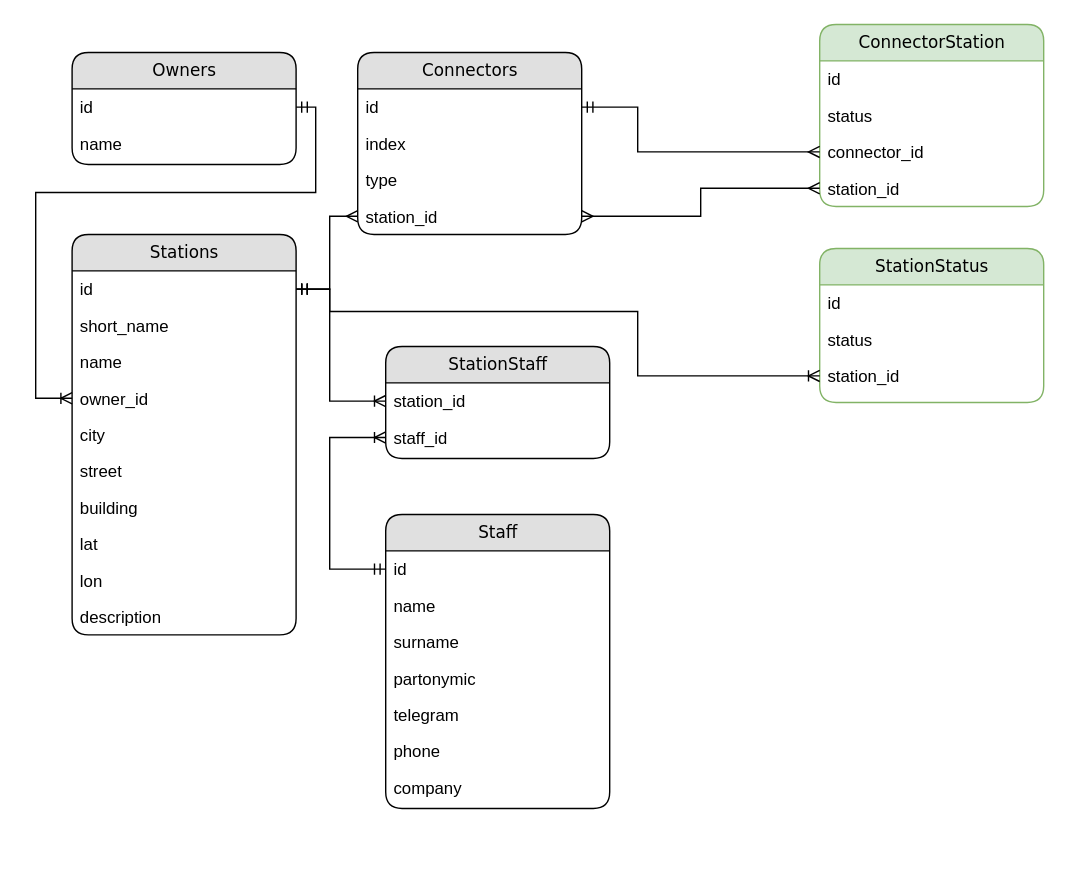
The draw.io diagram Диаграмма без названия.drawio in ilnurkaa2019/st_auth_test, before the edit. Source tidied: cells renumbered, new cells numbered last; positions are measured from the earlier drawing's top-left corner, leaving out a move shared by most shapes. Both pictures are drawn from the tidied source at 140%, with x=0, y=0 at pixel (35, 24).
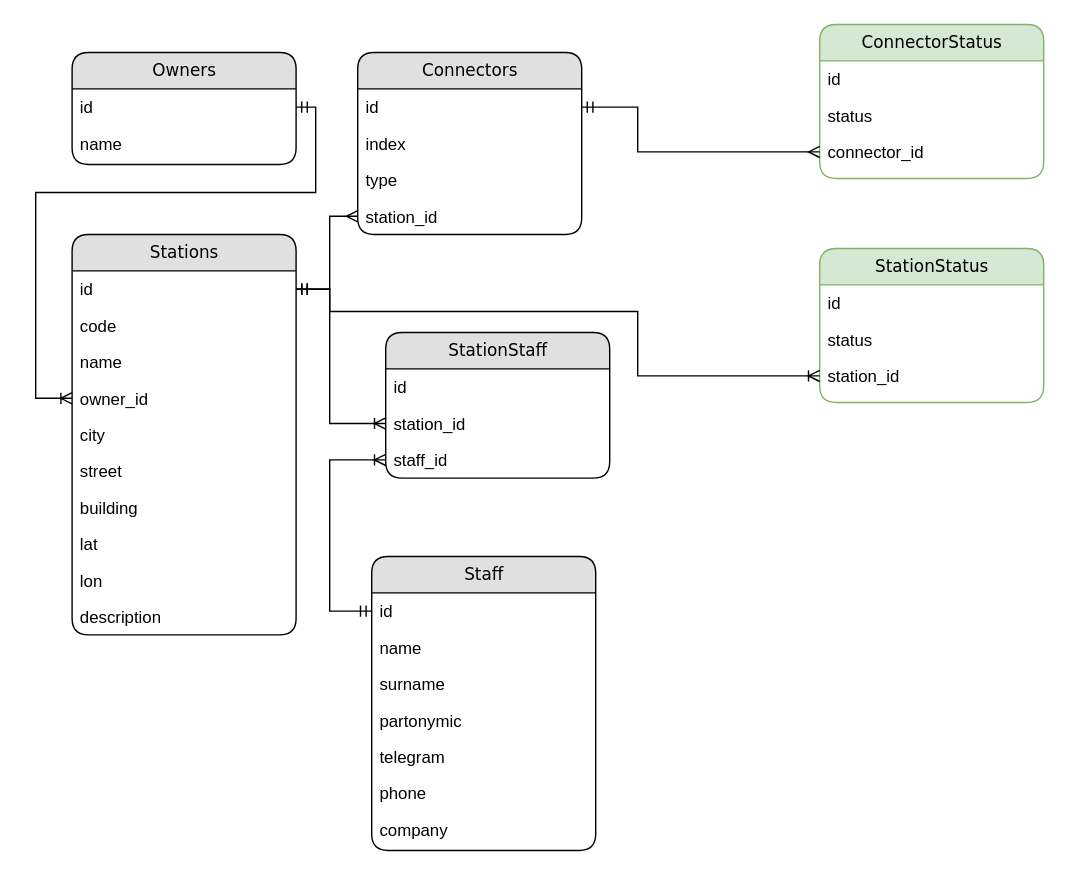
Above is the later version.

Commit message:
согласовано с Иваном

The change refers to these unchanged cells:
```xml
<mxCell id="6" value="station_id" style="text;html=1;strokeColor=none;fillColor=none;spacingLeft=4;spacingRight=4;whiteSpace=wrap;overflow=hidden;points=[[0,0.5],[1,0.5]];portConstraint=eastwest;" parent="2" vertex="1">
  <mxGeometry y="104" width="160" height="26" as="geometry" />
</mxCell>
<mxCell id="7" value="Stations" style="swimlane;html=1;fontStyle=0;horizontal=1;startSize=26;fillColor=#e0e0e0;swimlaneFillColor=#ffffff;align=center;rounded=1;shadow=0;comic=0;labelBackgroundColor=none;strokeWidth=1;fontFamily=Verdana;fontSize=12;" parent="1" vertex="1">
  <mxGeometry x="26" y="150" width="160" height="286" as="geometry" />
</mxCell>
<mxCell id="8" value="id" style="text;html=1;strokeColor=none;fillColor=none;spacingLeft=4;spacingRight=4;whiteSpace=wrap;overflow=hidden;points=[[0,0.5],[1,0.5]];portConstraint=eastwest;" parent="7" vertex="1">
  <mxGeometry y="26" width="160" height="26" as="geometry" />
</mxCell>
<mxCell id="24" value="id" style="text;html=1;strokeColor=none;fillColor=none;spacingLeft=4;spacingRight=4;whiteSpace=wrap;overflow=hidden;points=[[0,0.5],[1,0.5]];portConstraint=eastwest;" parent="23" vertex="1">
  <mxGeometry y="26" width="160" height="26" as="geometry" />
</mxCell>
```

Change to the diagram source:
```diff
@@
-    <mxCell id="9" value="short_name" style="text;html=1;strokeColor=none;fillColor=none;spacingLeft=4;spacingRight=4;whiteSpace=wrap;overflow=hidden;" parent="7" vertex="1">
+    <mxCell id="9" value="code" style="text;html=1;strokeColor=none;fillColor=none;spacingLeft=4;spacingRight=4;whiteSpace=wrap;overflow=hidden;" parent="7" vertex="1">
       <mxGeometry y="52" width="160" height="26" as="geometry" />
     </mxCell>
@@
     <mxCell id="23" value="Staff" style="swimlane;html=1;fontStyle=0;horizontal=1;startSize=26;fillColor=#e0e0e0;swimlaneFillColor=#ffffff;align=center;rounded=1;shadow=0;comic=0;labelBackgroundColor=none;strokeWidth=1;fontFamily=Verdana;fontSize=12;" parent="1" vertex="1">
-      <mxGeometry x="250" y="350" width="160" height="210" as="geometry" />
+      <mxGeometry x="240" y="380" width="160" height="210" as="geometry" />
     </mxCell>
@@
-    <mxCell id="31" value="ConnectorStation" style="swimlane;html=1;fontStyle=0;horizontal=1;startSize=26;fillColor=#d5e8d4;swimlaneFillColor=#ffffff;align=center;rounded=1;shadow=0;comic=0;labelBackgroundColor=none;strokeWidth=1;fontFamily=Verdana;fontSize=12;strokeColor=#82b366;" parent="1" vertex="1">
-      <mxGeometry x="560" width="160" height="130" as="geometry" />
+    <mxCell id="31" value="ConnectorStatus" style="swimlane;html=1;fontStyle=0;horizontal=1;startSize=26;fillColor=#d5e8d4;swimlaneFillColor=#ffffff;align=center;rounded=1;shadow=0;comic=0;labelBackgroundColor=none;strokeWidth=1;fontFamily=Verdana;fontSize=12;strokeColor=#82b366;" parent="1" vertex="1">
+      <mxGeometry x="560" width="160" height="110" as="geometry" />
     </mxCell>
@@
-    <mxCell id="35" value="station_id" style="text;html=1;strokeColor=none;fillColor=none;spacingLeft=4;spacingRight=4;whiteSpace=wrap;overflow=hidden;points=[[0,0.5],[1,0.5]];portConstraint=eastwest;" parent="31" vertex="1">
-      <mxGeometry y="104" width="160" height="26" as="geometry" />
-    </mxCell>
@@
-    <mxCell id="42" style="edgeStyle=orthogonalEdgeStyle;rounded=0;jettySize=auto;html=1;exitX=1;exitY=0.5;exitDx=0;exitDy=0;entryX=0;entryY=0.5;entryDx=0;entryDy=0;startArrow=ERmany;startFill=0;endArrow=ERmany;endFill=0;" parent="1" edge="1" source="6" target="35">
-      <mxGeometry relative="1" as="geometry" />
-    </mxCell>
     <mxCell id="43" value="StationStaff" style="swimlane;html=1;fontStyle=0;horizontal=1;startSize=26;fillColor=#e0e0e0;swimlaneFillColor=#ffffff;align=center;rounded=1;shadow=0;comic=0;labelBackgroundColor=none;strokeWidth=1;fontFamily=Verdana;fontSize=12;" parent="1" vertex="1">
-      <mxGeometry x="250" y="230" width="160" height="80" as="geometry" />
+      <mxGeometry x="250" y="220" width="160" height="104" as="geometry" />
     </mxCell>
+    <mxCell id="48" value="id" style="text;html=1;strokeColor=none;fillColor=none;spacingLeft=4;spacingRight=4;whiteSpace=wrap;overflow=hidden;" parent="43" vertex="1">
+      <mxGeometry y="26" width="160" height="26" as="geometry" />
+    </mxCell>
     <mxCell id="44" value="station_id" style="text;html=1;strokeColor=none;fillColor=none;spacingLeft=4;spacingRight=4;whiteSpace=wrap;overflow=hidden;points=[[0,0.5],[1,0.5]];portConstraint=eastwest;" parent="43" vertex="1">
-      <mxGeometry y="26" width="160" height="26" as="geometry" />
+      <mxGeometry y="52" width="160" height="26" as="geometry" />
     </mxCell>
     <mxCell id="45" value="staff_id" style="text;html=1;strokeColor=none;fillColor=none;spacingLeft=4;spacingRight=4;whiteSpace=wrap;overflow=hidden;points=[[0,0.5],[1,0.5]];portConstraint=eastwest;" parent="43" vertex="1">
-      <mxGeometry y="52" width="160" height="26" as="geometry" />
+      <mxGeometry y="78" width="160" height="26" as="geometry" />
     </mxCell>
     <mxCell id="46" style="edgeStyle=orthogonalEdgeStyle;rounded=0;jettySize=auto;html=1;exitX=1;exitY=0.5;exitDx=0;exitDy=0;entryX=0;entryY=0.5;entryDx=0;entryDy=0;startArrow=ERmandOne;startFill=0;endArrow=ERoneToMany;endFill=0;" parent="1" edge="1" source="8" target="44">
       <mxGeometry relative="1" as="geometry">
         <Array as="points">
           <mxPoint x="210" y="189" />
-          <mxPoint x="210" y="269" />
+          <mxPoint x="210" y="285" />
         </Array>
       </mxGeometry>
     </mxCell>
     <mxCell id="47" style="edgeStyle=orthogonalEdgeStyle;rounded=0;jettySize=auto;html=1;entryX=0;entryY=0.5;entryDx=0;entryDy=0;endArrow=ERoneToMany;endFill=0;startArrow=ERmandOne;startFill=0;" parent="1" edge="1" source="24" target="45">
       <mxGeometry relative="1" as="geometry">
         <Array as="points">
-          <mxPoint x="210" y="389" />
-          <mxPoint x="210" y="295" />
+          <mxPoint x="210" y="419" />
+          <mxPoint x="210" y="311" />
         </Array>
       </mxGeometry>
     </mxCell>
```
